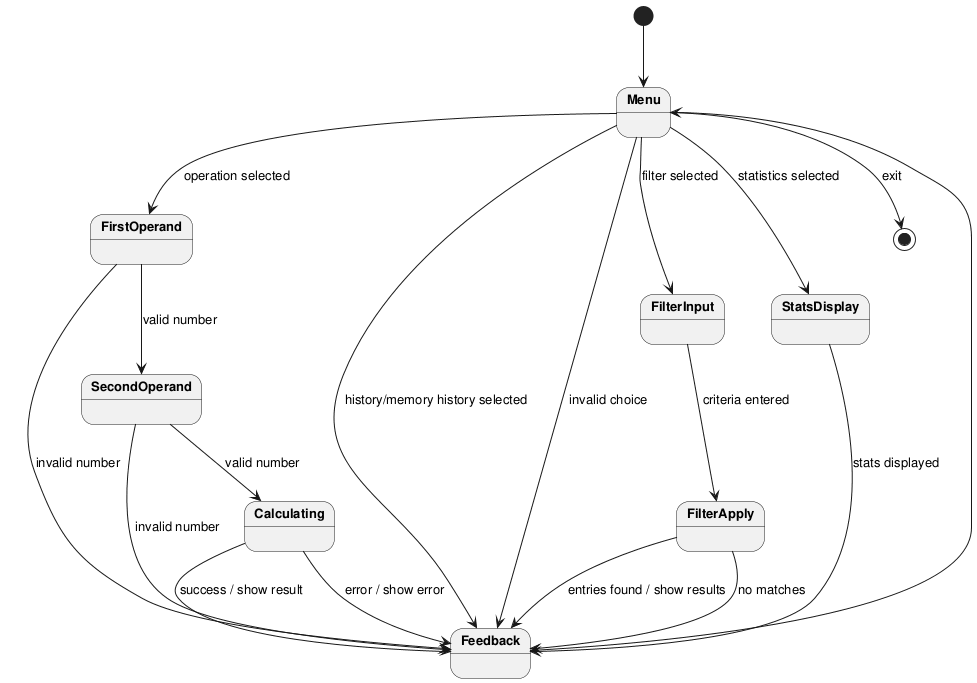
The PlantUML diagram experiments/broadcast/user_stories/calculator/artifacts/state_diagram_interactive.png in DanielRiha8906/Software_autoevolution_using_agents, before a commit.
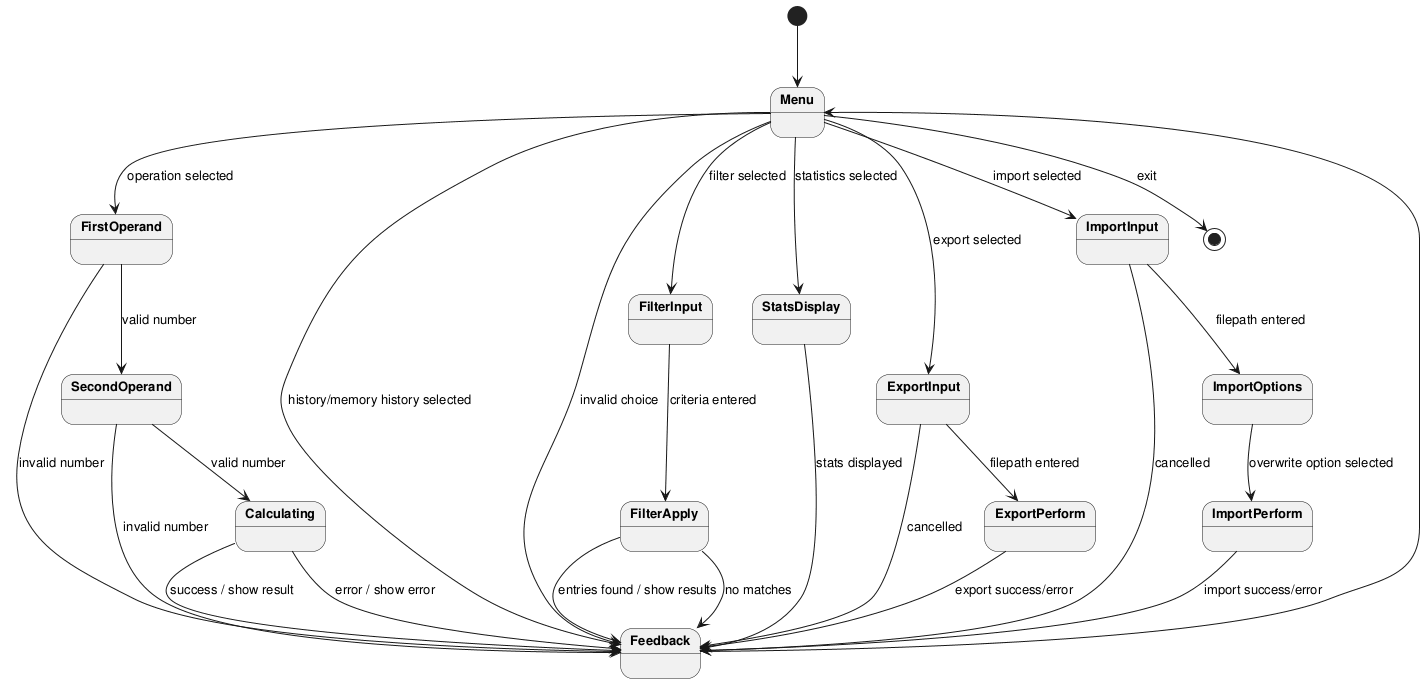
After the commit.

Diff of the diagram source:
```diff
@@ -11,6 +11,8 @@
 Menu --> Feedback : history/memory history selected
 Menu --> FilterInput : filter selected
 Menu --> StatsDisplay : statistics selected
+Menu --> ExportInput : export selected
+Menu --> ImportInput : import selected
 Menu --> Feedback : invalid choice
 Menu --> [*] : exit
 
@@ -29,6 +31,15 @@
 FilterApply --> Feedback : entries found / show results
 FilterApply --> Feedback : no matches
 
+ExportInput --> ExportPerform : filepath entered
+ExportInput --> Feedback : cancelled
+ExportPerform --> Feedback : export success/error
+
+ImportInput --> ImportOptions : filepath entered
+ImportInput --> Feedback : cancelled
+ImportOptions --> ImportPerform : overwrite option selected
+ImportPerform --> Feedback : import success/error
+
 Feedback --> Menu
 
 @enduml
```
